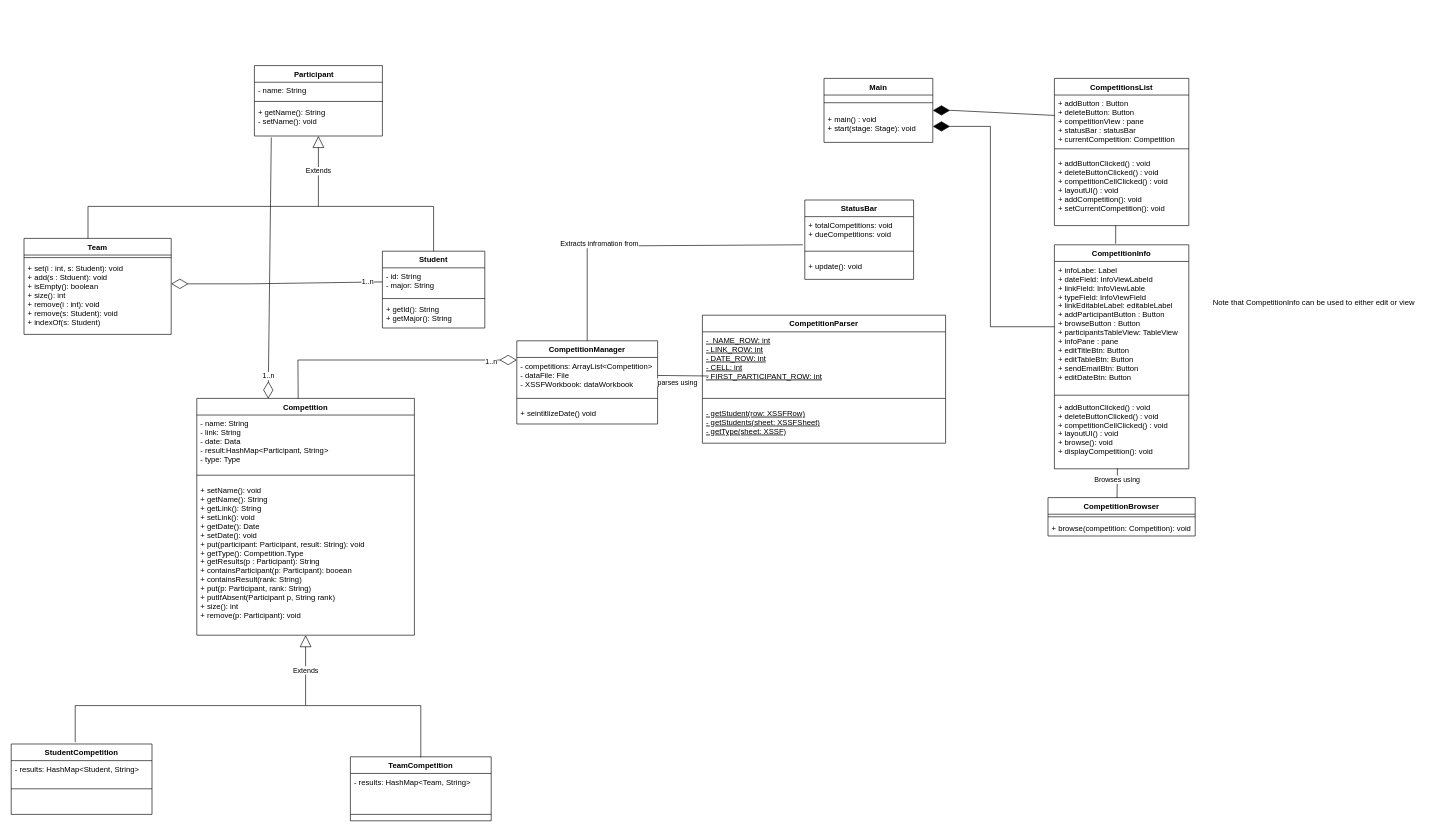
Earlier version of the draw.io diagram docs/phase2/class-diagram.drawio (AbdullahAXR/Competition-tracker). Source tidied: cells renumbered, new cells numbered last; positions are measured from the earlier drawing's top-left corner, leaving out a move shared by most shapes. Both pictures are drawn from the tidied source at 64%, with x=0, y=0 at pixel (11, 65).
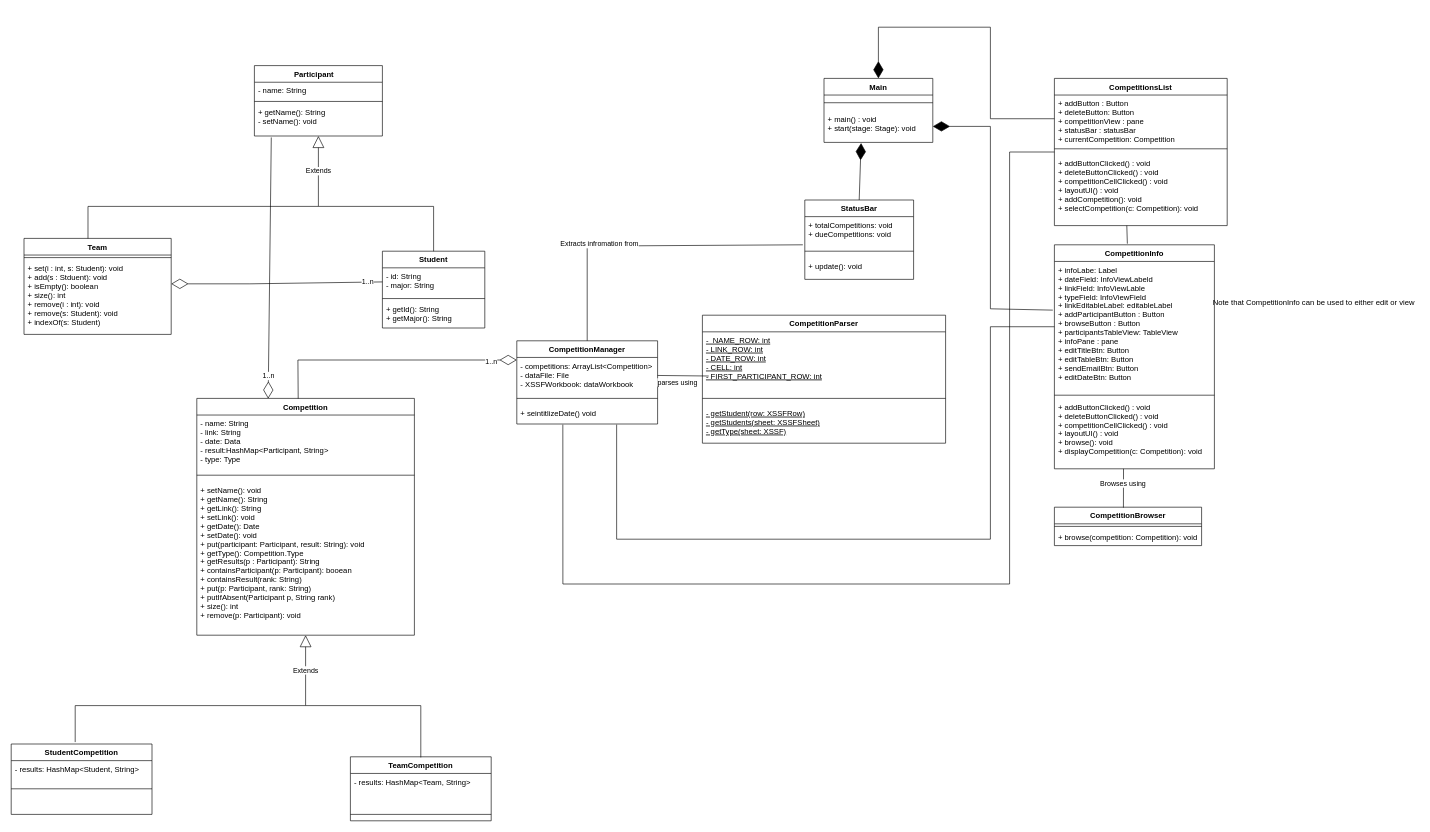
After the change.

Commit message (it also covers changes not shown here):
docs: phase 2 add missing connection in class diagram

The change refers to these unchanged cells:
```xml
<mxCell id="2" value="Main" style="swimlane;fontStyle=1;align=center;verticalAlign=top;horizontal=1;startSize=26;" parent="1" vertex="1">
  <mxGeometry x="1270" y="20" width="170" height="100" as="geometry" />
</mxCell>
<mxCell id="4" value="+ main() : void&#10;+ start(stage: Stage): void&#10;" style="text;strokeColor=none;fillColor=none;align=left;verticalAlign=top;spacingLeft=4;spacingRight=4;overflow=hidden;points=[[0,0.5],[1,0.5]];portConstraint=eastwest;fontStyle=0;" parent="2" vertex="1">
  <mxGeometry y="50" width="170" height="50" as="geometry" />
</mxCell>
<mxCell id="20" value="+ seintitlizeDate() void&#10;&#10;" style="text;strokeColor=none;fillColor=none;align=left;verticalAlign=top;spacingLeft=4;spacingRight=4;overflow=hidden;points=[[0,0.5],[1,0.5]];portConstraint=eastwest;" parent="17" vertex="1">
  <mxGeometry y="100" width="220" height="30" as="geometry" />
</mxCell>
<mxCell id="66" value="StatusBar" style="swimlane;fontStyle=1;align=center;verticalAlign=top;horizontal=1;startSize=26;" parent="1" vertex="1">
  <mxGeometry x="1240" y="210" width="170" height="124" as="geometry" />
</mxCell>
```

The edit, as a diff of the source:
```diff
@@
     <mxCell id="5" value="CompetitionsList" style="swimlane;fontStyle=1;align=center;verticalAlign=top;horizontal=1;startSize=26;" parent="1" vertex="1">
-      <mxGeometry x="1630" y="20" width="210" height="230" as="geometry" />
+      <mxGeometry x="1630" y="20" width="270" height="230" as="geometry" />
     </mxCell>
     <mxCell id="6" value="+ addButton : Button&#10;+ deleteButton: Button&#10;+ competitionView : pane&#10;+ statusBar : statusBar&#10;+ currentCompetition: Competition&#10;" style="text;strokeColor=none;fillColor=none;align=left;verticalAlign=top;spacingLeft=4;spacingRight=4;overflow=hidden;points=[[0,0.5],[1,0.5]];portConstraint=eastwest;" parent="5" vertex="1">
-      <mxGeometry y="26" width="210" height="74" as="geometry" />
+      <mxGeometry y="26" width="270" height="74" as="geometry" />
     </mxCell>
     <mxCell id="7" style="line;strokeWidth=1;fillColor=none;align=left;verticalAlign=middle;spacingTop=-1;spacingLeft=3;spacingRight=3;labelPosition=right;" parent="5" vertex="1">
-      <mxGeometry y="100" width="210" height="20" as="geometry" />
+      <mxGeometry y="100" width="270" height="20" as="geometry" />
     </mxCell>
-    <mxCell id="8" value="+ addButtonClicked() : void&#10;+ deleteButtonClicked() : void&#10;+ competitionCellClicked() : void&#10;+ layoutUI() : void&#10;+ addCompetition(): void&#10;+ setCurrentCompetition(): void&#10;&#10;&#10;&#10;" style="text;strokeColor=none;fillColor=none;align=left;verticalAlign=top;spacingLeft=4;spacingRight=4;overflow=hidden;points=[[0,0.5],[1,0.5]];portConstraint=eastwest;" parent="5" vertex="1">
-      <mxGeometry y="120" width="210" height="110" as="geometry" />
+    <mxCell id="8" value="+ addButtonClicked() : void&#10;+ deleteButtonClicked() : void&#10;+ competitionCellClicked() : void&#10;+ layoutUI() : void&#10;+ addCompetition(): void&#10;+ selectCompetition(c: Competition): void&#10;&#10;&#10;&#10;" style="text;strokeColor=none;fillColor=none;align=left;verticalAlign=top;spacingLeft=4;spacingRight=4;overflow=hidden;points=[[0,0.5],[1,0.5]];portConstraint=eastwest;" parent="5" vertex="1">
+      <mxGeometry y="120" width="270" height="110" as="geometry" />
     </mxCell>
@@
     <mxCell id="13" value="CompetitionInfo" style="swimlane;fontStyle=1;align=center;verticalAlign=top;horizontal=1;startSize=26;" parent="1" vertex="1">
-      <mxGeometry x="1630" y="280" width="210" height="350" as="geometry" />
+      <mxGeometry x="1630" y="280" width="250" height="350" as="geometry" />
     </mxCell>
     <mxCell id="14" value="+ infoLabe: Label&#10;+ dateField: InfoViewLabeld&#10;+ linkField: InfoViewLable&#10;+ typeField: InfoViewField&#10;+ linkEditableLabel: editableLabel&#10;+ addParticipantButton : Button&#10;+ browseButton : Button&#10;+ participantsTableView: TableView&#10;+ infoPane : pane&#10;+ editTitleBtn: Button&#10;+ editTableBtn: Button&#10;+ sendEmailBtn: Button&#10;+ editDateBtn: Button&#10;&#10;" style="text;strokeColor=none;fillColor=none;align=left;verticalAlign=top;spacingLeft=4;spacingRight=4;overflow=hidden;points=[[0,0.5],[1,0.5]];portConstraint=eastwest;" parent="13" vertex="1">
-      <mxGeometry y="26" width="210" height="204" as="geometry" />
+      <mxGeometry y="26" width="250" height="204" as="geometry" />
     </mxCell>
     <mxCell id="15" style="line;strokeWidth=1;fillColor=none;align=left;verticalAlign=middle;spacingTop=-1;spacingLeft=3;spacingRight=3;labelPosition=right;" parent="13" vertex="1">
-      <mxGeometry y="230" width="210" height="10" as="geometry" />
+      <mxGeometry y="230" width="250" height="10" as="geometry" />
     </mxCell>
-    <mxCell id="16" value="+ addButtonClicked() : void&#10;+ deleteButtonClicked() : void&#10;+ competitionCellClicked() : void&#10;+ layoutUI() : void&#10;+ browse(): void&#10;+ displayCompetition(): void&#10;&#10;&#10;" style="text;strokeColor=none;fillColor=none;align=left;verticalAlign=top;spacingLeft=4;spacingRight=4;overflow=hidden;points=[[0,0.5],[1,0.5]];portConstraint=eastwest;" parent="13" vertex="1">
-      <mxGeometry y="240" width="210" height="110" as="geometry" />
+    <mxCell id="16" value="+ addButtonClicked() : void&#10;+ deleteButtonClicked() : void&#10;+ competitionCellClicked() : void&#10;+ layoutUI() : void&#10;+ browse(): void&#10;+ displayCompetition(c: Competition): void&#10;&#10;&#10;" style="text;strokeColor=none;fillColor=none;align=left;verticalAlign=top;spacingLeft=4;spacingRight=4;overflow=hidden;points=[[0,0.5],[1,0.5]];portConstraint=eastwest;" parent="13" vertex="1">
+      <mxGeometry y="240" width="250" height="110" as="geometry" />
     </mxCell>
@@
     <mxCell id="57" value="CompetitionBrowser" style="swimlane;fontStyle=1;align=center;verticalAlign=top;horizontal=1;startSize=26;" parent="1" vertex="1">
-      <mxGeometry x="1620" y="675" width="230" height="60" as="geometry" />
+      <mxGeometry x="1630" y="690" width="230" height="60" as="geometry" />
     </mxCell>
@@
-    <mxCell id="60" style="endArrow=none;html=1;rounded=0;exitX=0.469;exitY=0.011;exitDx=0;exitDy=0;exitPerimeter=0;entryX=0.469;entryY=0.994;entryDx=0;entryDy=0;entryPerimeter=0;" parent="1" edge="1" source="57" target="16">
+    <mxCell id="60" style="endArrow=none;html=1;rounded=0;exitX=0.469;exitY=0.011;exitDx=0;exitDy=0;exitPerimeter=0;entryX=0.432;entryY=1;entryDx=0;entryDy=0;entryPerimeter=0;" parent="1" edge="1" source="57" target="16">
       <mxGeometry relative="1" as="geometry" />
     </mxCell>
@@
-    <mxCell id="62" style="endArrow=none;html=1;rounded=0;exitX=0.456;exitY=-0.005;exitDx=0;exitDy=0;exitPerimeter=0;entryX=0.456;entryY=0.998;entryDx=0;entryDy=0;entryPerimeter=0;" parent="1" edge="1" source="13" target="8">
+    <mxCell id="62" style="endArrow=none;html=1;rounded=0;exitX=0.456;exitY=-0.005;exitDx=0;exitDy=0;exitPerimeter=0;entryX=0.419;entryY=1;entryDx=0;entryDy=0;entryPerimeter=0;" parent="1" edge="1" source="13" target="8">
       <mxGeometry relative="1" as="geometry" />
     </mxCell>
@@
+    <mxCell id="71" style="endArrow=diamondThin;endFill=1;endSize=24;html=1;rounded=0;entryX=1;entryY=0.5;entryDx=0;entryDy=0;exitX=-0.01;exitY=0.373;exitDx=0;exitDy=0;exitPerimeter=0;" parent="1" edge="1" source="14" target="4">
+      <mxGeometry relative="1" as="geometry">
+        <Array as="points">
+          <mxPoint x="1530" y="380" />
+          <mxPoint x="1530" y="260" />
+          <mxPoint x="1530" y="95" />
+        </Array>
+      </mxGeometry>
+    </mxCell>
+    <mxCell id="72" style="endArrow=none;html=1;rounded=0;exitX=0.709;exitY=1.033;exitDx=0;exitDy=0;entryX=0;entryY=0.5;entryDx=0;entryDy=0;exitPerimeter=0;" parent="1" edge="1" source="20" target="14">
+      <mxGeometry relative="1" as="geometry">
+        <Array as="points">
+          <mxPoint x="946" y="740" />
+          <mxPoint x="1530" y="740" />
+          <mxPoint x="1530" y="408" />
+        </Array>
+      </mxGeometry>
+    </mxCell>
+    <mxCell id="73" style="endArrow=none;html=1;rounded=0;exitX=0.327;exitY=1.033;exitDx=0;exitDy=0;exitPerimeter=0;entryX=0;entryY=0.5;entryDx=0;entryDy=0;" parent="1" edge="1" source="20" target="5">
+      <mxGeometry relative="1" as="geometry">
+        <Array as="points">
+          <mxPoint x="862" y="810" />
+          <mxPoint x="1560" y="810" />
+          <mxPoint x="1560" y="135" />
+        </Array>
+      </mxGeometry>
+    </mxCell>
+    <mxCell id="74" style="endArrow=diamondThin;endFill=1;endSize=24;html=1;rounded=0;exitX=0.5;exitY=0;exitDx=0;exitDy=0;entryX=0.341;entryY=1.02;entryDx=0;entryDy=0;entryPerimeter=0;" parent="1" edge="1" source="66" target="4">
+      <mxGeometry relative="1" as="geometry" />
+    </mxCell>
-    <mxCell id="70" style="endArrow=diamondThin;endFill=1;endSize=24;html=1;rounded=0;entryX=1;entryY=0.5;entryDx=0;entryDy=0;" parent="1" edge="1" source="6" target="2">
+    <mxCell id="70" style="endArrow=diamondThin;endFill=1;endSize=24;html=1;rounded=0;entryX=0.5;entryY=0;entryDx=0;entryDy=0;exitX=0;exitY=0.5;exitDx=0;exitDy=0;" parent="1" edge="1" source="6" target="2">
       <mxGeometry relative="1" as="geometry">
         <Array as="points">
-          <mxPoint x="1470" y="70" />
+          <mxPoint x="1530" y="83" />
+          <mxPoint x="1530" y="-60" />
+          <mxPoint x="1355" y="-60" />
         </Array>
       </mxGeometry>
     </mxCell>
-    <mxCell id="71" style="endArrow=diamondThin;endFill=1;endSize=24;html=1;rounded=0;entryX=1;entryY=0.5;entryDx=0;entryDy=0;exitX=0;exitY=0.5;exitDx=0;exitDy=0;" parent="1" edge="1" source="14" target="4">
-      <mxGeometry relative="1" as="geometry">
-        <Array as="points">
-          <mxPoint x="1530" y="408" />
-          <mxPoint x="1530" y="260" />
-          <mxPoint x="1530" y="95" />
-        </Array>
-      </mxGeometry>
-    </mxCell>
```
